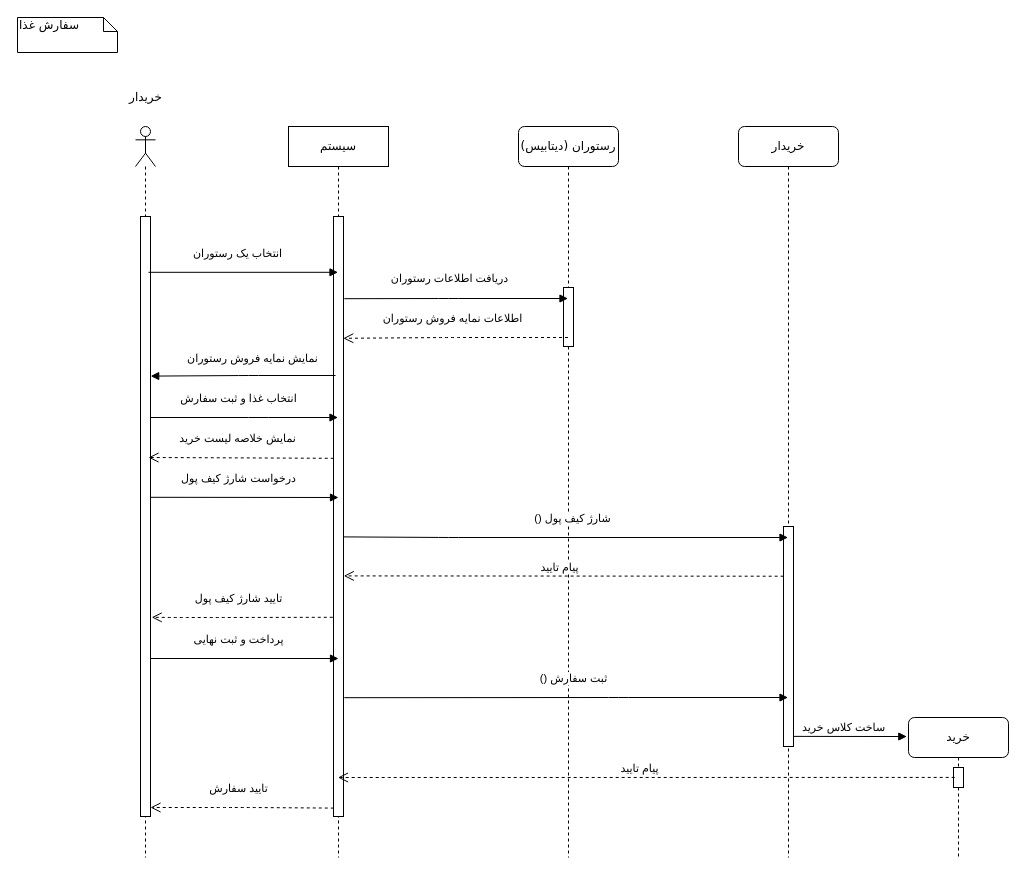
khoramian/TahDig_SoftwareEngineering keeps this draw.io diagram as Behavioural Modeling/Sequence Diagram/food_order.drawio. Above is the earlier version. Source tidied: cells renumbered, new cells numbered last; positions are measured from the earlier drawing's top-left corner, leaving out a move shared by most shapes. Both pictures are drawn from the tidied source at 100%, with x=0, y=0 at pixel (17, 17).
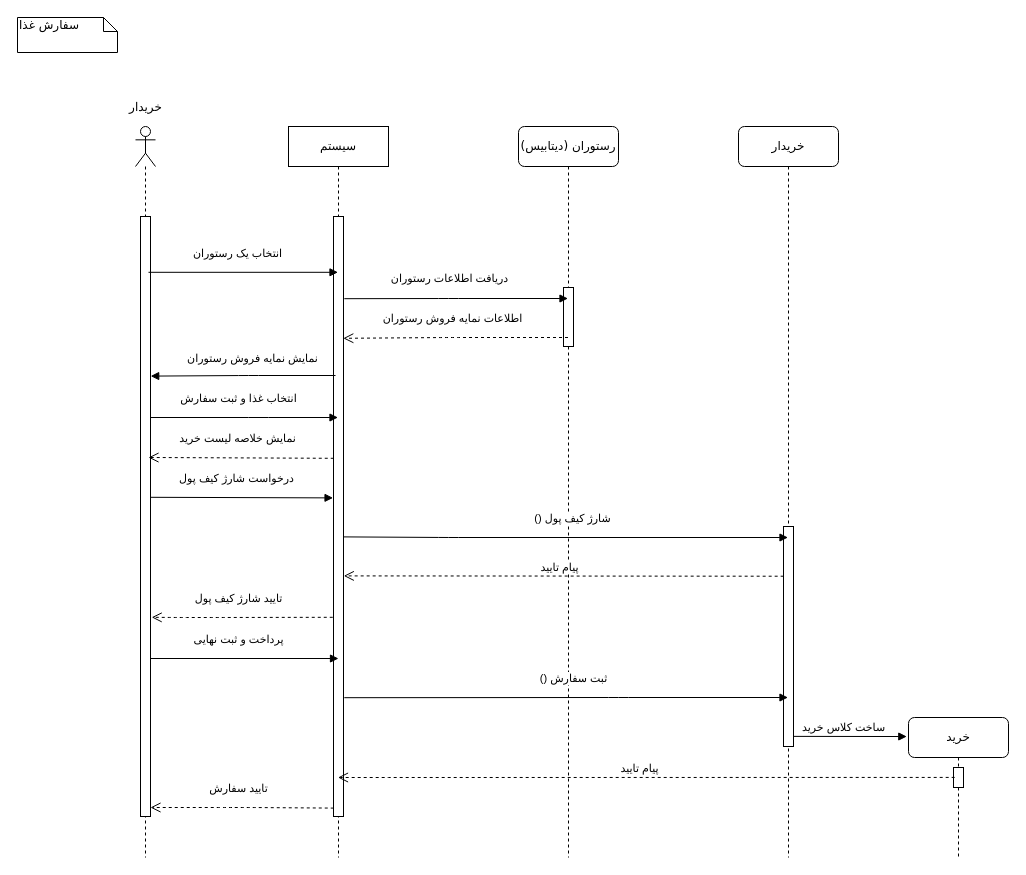
Above is the later version.

The change refers to these unchanged cells:
```xml
<mxCell id="4" style="html=1;points=[];perimeter=orthogonalPerimeter;rounded=0;shadow=0;comic=0;labelBackgroundColor=none;strokeWidth=1;fontFamily=Verdana;fontSize=12;align=center;" parent="3" vertex="1">
  <mxGeometry x="5" y="90" width="10" height="600" as="geometry" />
</mxCell>
<mxCell id="7" style="html=1;points=[];perimeter=orthogonalPerimeter;rounded=0;shadow=0;comic=0;labelBackgroundColor=none;strokeWidth=1;fontFamily=Verdana;fontSize=12;align=center;" parent="6" vertex="1">
  <mxGeometry x="45" y="90" width="10" height="600" as="geometry" />
</mxCell>
```

The edit, as a diff of the source:
```diff
@@
     <mxCell id="5" value="خریدار" style="text;html=1;align=center;verticalAlign=middle;" parent="1" vertex="1">
-      <mxGeometry x="108" y="70" width="40" height="20" as="geometry" />
+      <mxGeometry x="108" y="80" width="40" height="20" as="geometry" />
     </mxCell>
@@
-    <mxCell id="18" value="درخواست شارژ کیف پول" style="html=1;verticalAlign=bottom;endArrow=block;exitX=0.969;exitY=0.468;exitDx=0;exitDy=0;exitPerimeter=0;" parent="1" edge="1" source="4">
+    <mxCell id="18" value="درخواست شارژ کیف پول" style="html=1;verticalAlign=bottom;endArrow=block;exitX=0.969;exitY=0.468;exitDx=0;exitDy=0;exitPerimeter=0;entryX=-0.045;entryY=0.469;entryDx=0;entryDy=0;entryPerimeter=0;" parent="1" edge="1" source="4" target="7">
       <mxGeometry x="-0.05" y="10" relative="1" as="geometry">
-        <mxPoint x="321" y="480" as="targetPoint" />
         <mxPoint x="-1" as="offset" />
       </mxGeometry>
     </mxCell>
```
